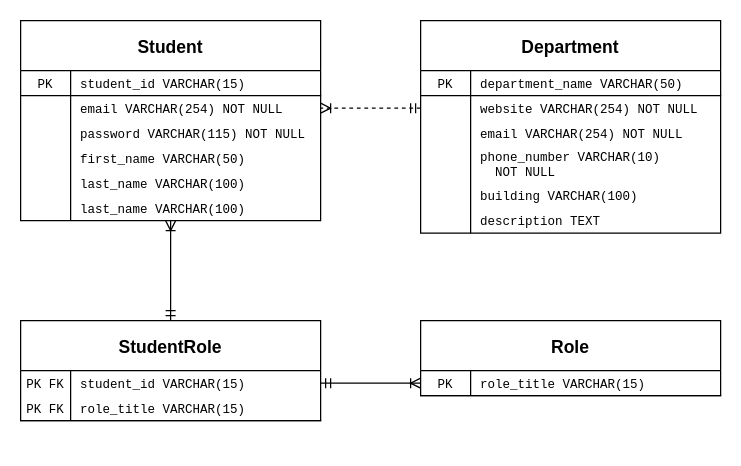
The draw.io diagram assignments/hw9/diagram.drawio in hanggrian/IIT-ITM515, before the edit. Source tidied: cells renumbered, new cells numbered last; positions are measured from the earlier drawing's top-left corner, leaving out a move shared by most shapes. Both pictures are drawn from the tidied source at 125%, with x=0, y=0 at pixel (20, 20).
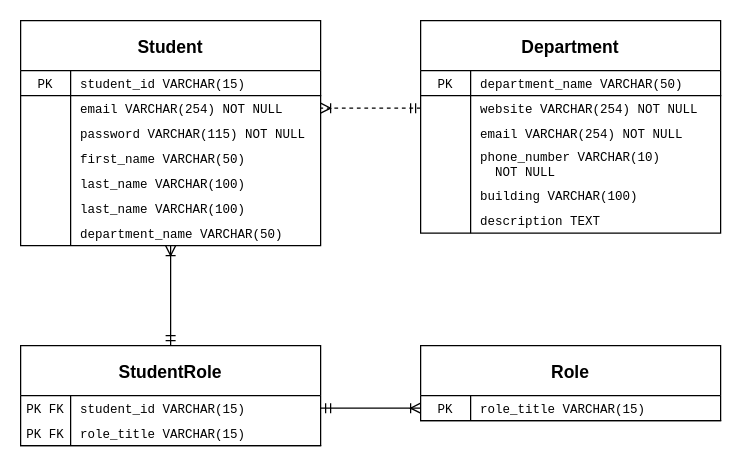
The same page after the edit.

Unchanged cells that the change refers to:
```xml
<mxCell id="3" style="shape=partialRectangle;fillColor=none;points=[[0,0.5],[1,0.5]];portConstraint=eastwest;top=0;left=0;right=0;bottom=1;fontSize=10;fontFamily=Courier New;" parent="2" vertex="1">
  <mxGeometry y="40" width="240" height="20" as="geometry" />
</mxCell>
<mxCell id="26" style="shape=tableRow;horizontal=0;startSize=0;swimlaneHead=0;swimlaneBody=0;fillColor=none;points=[[0,0.5],[1,0.5]];portConstraint=eastwest;top=0;left=0;right=0;bottom=0;" parent="25" vertex="1">
  <mxGeometry y="40" width="240" height="20" as="geometry" />
</mxCell>
```

What changed in the source:
```diff
@@
     <mxCell id="2" value="Role" style="shape=table;startSize=40;childLayout=tableLayout;rowLines=0;fontStyle=1;align=center;fontSize=14;swimlaneFillColor=none;fontFamily=Helvetica;" parent="1" vertex="1">
-      <mxGeometry x="320" y="240" width="240" height="60" as="geometry" />
+      <mxGeometry x="320" y="260" width="240" height="60" as="geometry" />
     </mxCell>
@@
     <mxCell id="6" value="Student" style="shape=table;startSize=40;childLayout=tableLayout;rowLines=0;fontStyle=1;align=center;fontSize=14;swimlaneFillColor=none;fontFamily=Helvetica;" parent="1" vertex="1">
-      <mxGeometry width="240" height="160" as="geometry" />
+      <mxGeometry width="240" height="180" as="geometry" />
     </mxCell>
@@
+    <mxCell id="54" style="shape=tableRow;horizontal=0;startSize=0;swimlaneHead=0;swimlaneBody=0;fillColor=none;top=0;left=0;right=0;bottom=0;fontSize=10;fontFamily=Courier New;" parent="6" vertex="1">
+      <mxGeometry y="140" width="240" height="20" as="geometry" />
+    </mxCell>
+    <mxCell id="55" style="shape=partialRectangle;fillColor=none;top=0;left=0;bottom=0;right=0;overflow=hidden;" parent="54" vertex="1">
+      <mxGeometry width="40" height="20" as="geometry" />
+    </mxCell>
+    <mxCell id="56" value="last_name VARCHAR(100)" style="shape=partialRectangle;fillColor=none;top=0;left=0;bottom=0;right=0;align=left;spacingLeft=6;overflow=hidden;fontFamily=Courier New;fontSize=10;" parent="54" vertex="1">
+      <mxGeometry x="40" width="200" height="20" as="geometry" />
+    </mxCell>
     <mxCell id="22" style="shape=tableRow;horizontal=0;startSize=0;swimlaneHead=0;swimlaneBody=0;fillColor=none;top=0;left=0;right=0;bottom=0;" parent="6" vertex="1">
-      <mxGeometry y="140" width="240" height="20" as="geometry" />
+      <mxGeometry y="160" width="240" height="20" as="geometry" />
     </mxCell>
@@
-    <mxCell id="24" value="last_name VARCHAR(100)" style="shape=partialRectangle;fillColor=none;top=0;left=0;bottom=0;right=0;align=left;spacingLeft=6;overflow=hidden;fontSize=10;fontFamily=Courier New;" parent="22" vertex="1">
+    <mxCell id="24" value="department_name VARCHAR(50)" style="shape=partialRectangle;fillColor=none;top=0;left=0;bottom=0;right=0;align=left;spacingLeft=6;overflow=hidden;fontSize=10;fontFamily=Courier New;" parent="22" vertex="1">
       <mxGeometry x="40" width="200" height="20" as="geometry" />
     </mxCell>
     <mxCell id="25" value="StudentRole" style="shape=table;startSize=40;childLayout=tableLayout;rowLines=0;fontStyle=1;align=center;fontSize=14;swimlaneFillColor=none;fontFamily=Helvetica;" parent="1" vertex="1">
-      <mxGeometry y="240" width="240" height="80" as="geometry" />
+      <mxGeometry y="260" width="240" height="80" as="geometry" />
     </mxCell>
@@
     <mxCell id="32" style="edgeStyle=orthogonalEdgeStyle;fontSize=12;html=1;endArrow=ERoneToMany;startArrow=ERmandOne;rounded=0;exitX=0.5;exitY=0;exitDx=0;exitDy=0;" parent="1" edge="1" source="25">
       <mxGeometry relative="1" as="geometry">
-        <mxPoint x="120" y="160" as="targetPoint" />
+        <mxPoint x="120" y="180" as="targetPoint" />
       </mxGeometry>
     </mxCell>
     <mxCell id="33" style="edgeStyle=orthogonalEdgeStyle;fontSize=12;html=1;endArrow=ERoneToMany;startArrow=ERmandOne;rounded=0;exitX=1;exitY=0.5;exitDx=0;exitDy=0;entryX=0;entryY=0.5;entryDx=0;entryDy=0;" parent="1" edge="1" source="26" target="3">
       <mxGeometry relative="1" as="geometry">
         <Array as="points">
-          <mxPoint x="270" y="290" />
-          <mxPoint x="270" y="290" />
+          <mxPoint x="260" y="310" />
+          <mxPoint x="260" y="310" />
         </Array>
       </mxGeometry>
     </mxCell>
```
